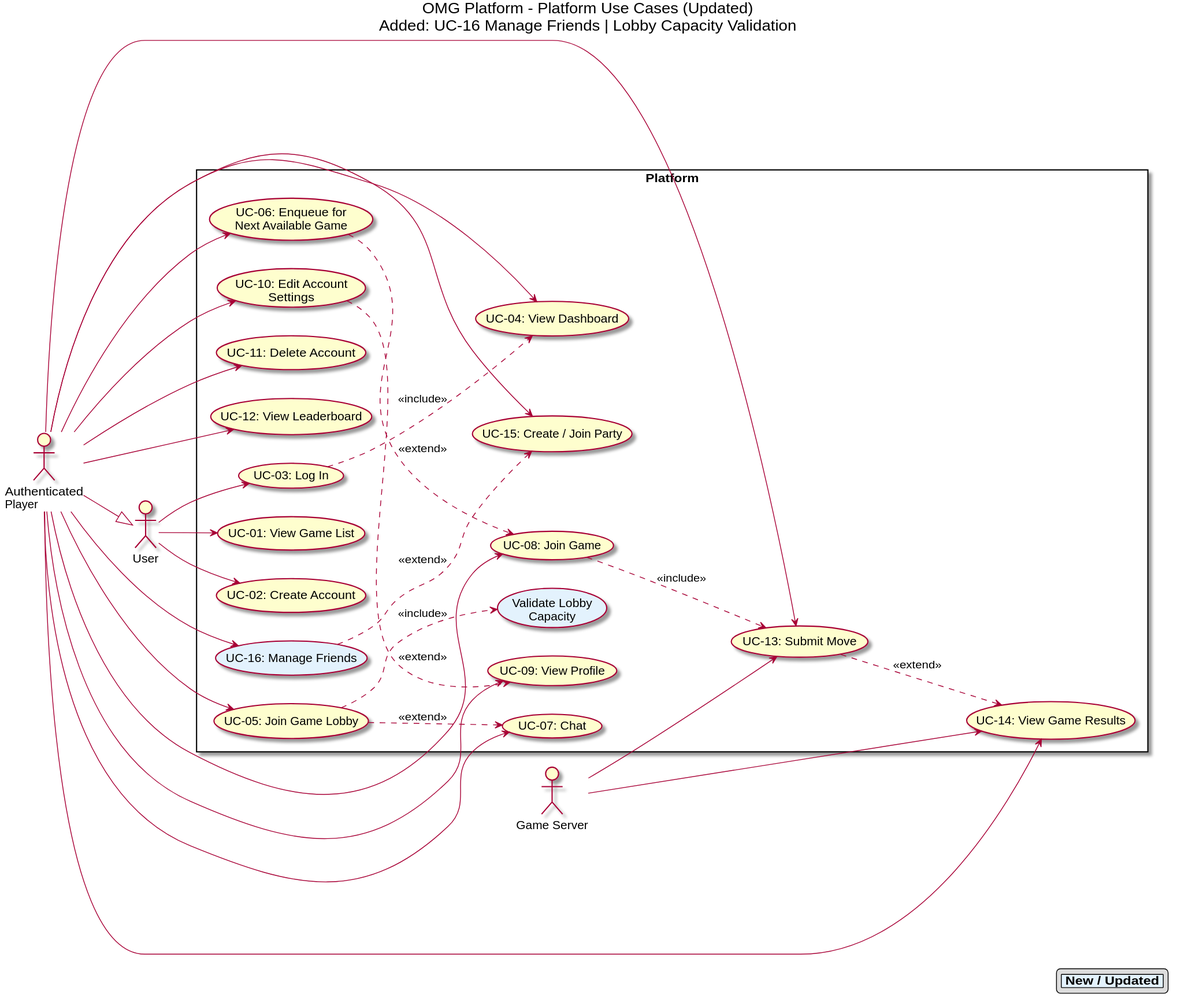
manavpreet1809/Multiplayer-Gaming-Platform keeps this PlantUML diagram as docs/03 useCases/Platform UC Diagram.svg. Above is the earlier version.
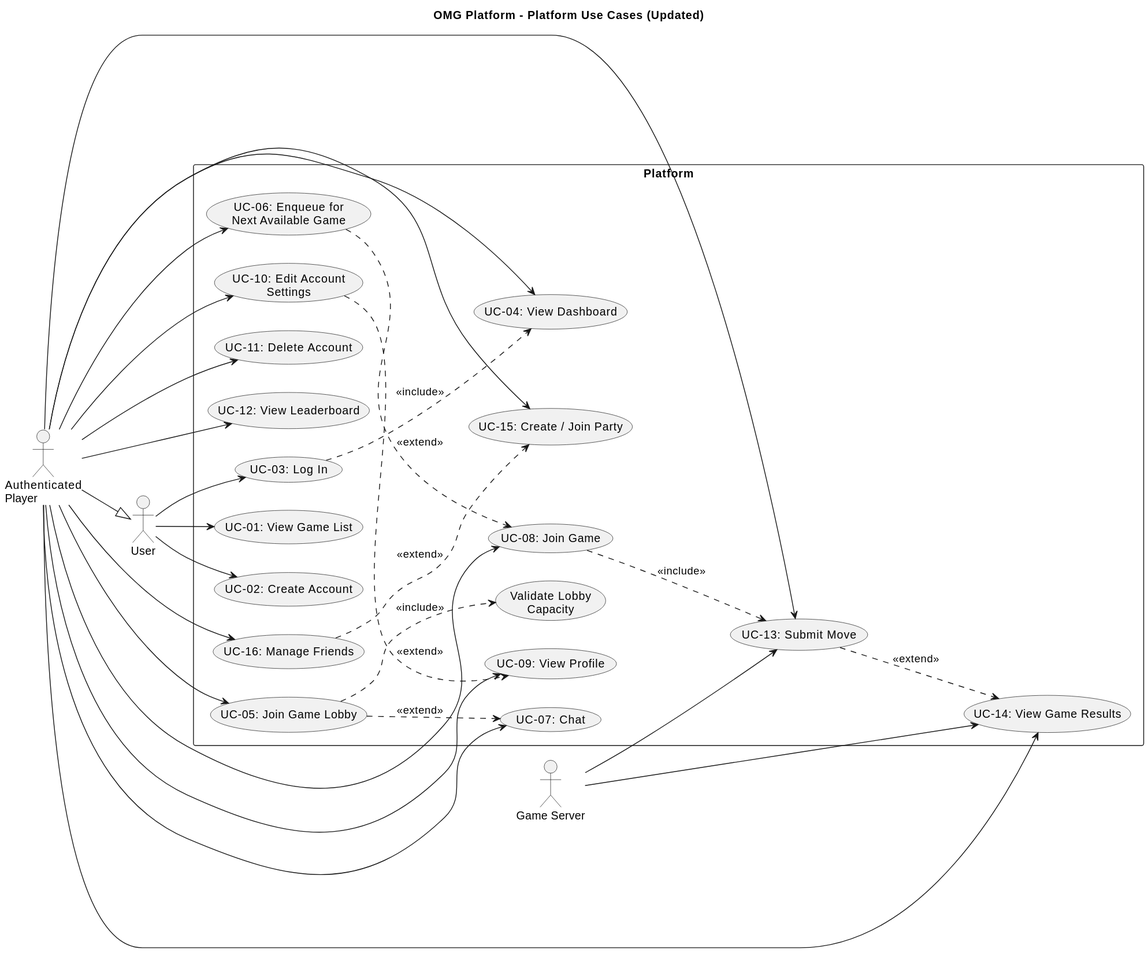
Later version of the same file.

Commit message:
Cleaned Up and Tweaked Platform Core UC Diagram

What changed in the source:
```diff
@@ -1,6 +1,5 @@
 @startuml
-title OMG Platform - Platform Use Cases (Updated)\nAdded: UC-16 Manage Friends | Lobby Capacity Validation
-skinparam backgroundColor white
+title OMG Platform - Platform Use Cases (Updated)
 
 left to right direction
 skinparam packageStyle rectangle
@@ -27,8 +26,8 @@
   usecase "UC-13: Submit Move" as UC13
   usecase "UC-14: View Game Results" as UC14
   usecase "UC-15: Create / Join Party" as UC15
-  usecase "UC-16: Manage Friends" as UC16 #E3F2FD
-  usecase "Validate Lobby\nCapacity" as VLC #E3F2FD
+  usecase "UC-16: Manage Friends" as UC16
+  usecase "Validate Lobby\nCapacity" as VLC
 }
 
 User --> UC01
@@ -60,9 +59,4 @@
 UC13 ..> UC14 : <<extend>>
 UC10 ..> UC09 : <<extend>>
 UC16 ..> UC15 : <<extend>>
-
-legend right
-  |<#E3F2FD> New / Updated |
-end legend
-
 @enduml
```
